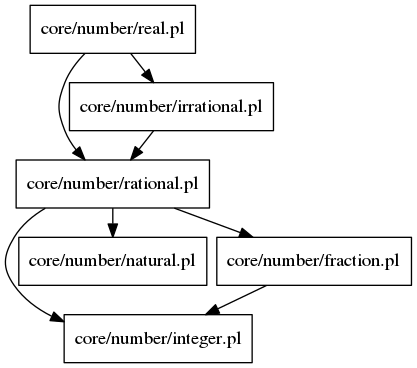
Above: docs/core/number/real.png in lluisalemanypuig/sycalc (Graphviz), before the change. Its source is kept beside it as docs/.cache/core/number/real.dot.
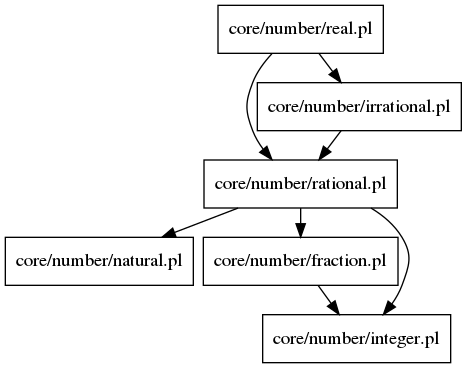
Above is the later version.

What changed in the source:
```diff
@@ -2,11 +2,11 @@
 node [shape=rectangle]
 nodesep = 0.1
 ranksep = 0.3
-"core/number/rational.pl" -> "core/number/integer.pl"
+"core/number/real.pl" -> "core/number/rational.pl"
+"core/number/real.pl" -> "core/number/irrational.pl"
 "core/number/rational.pl" -> "core/number/natural.pl"
 "core/number/rational.pl" -> "core/number/fraction.pl"
+"core/number/rational.pl" -> "core/number/integer.pl"
 "core/number/irrational.pl" -> "core/number/rational.pl"
-"core/number/real.pl" -> "core/number/irrational.pl"
-"core/number/real.pl" -> "core/number/rational.pl"
 "core/number/fraction.pl" -> "core/number/integer.pl"
 }
```
